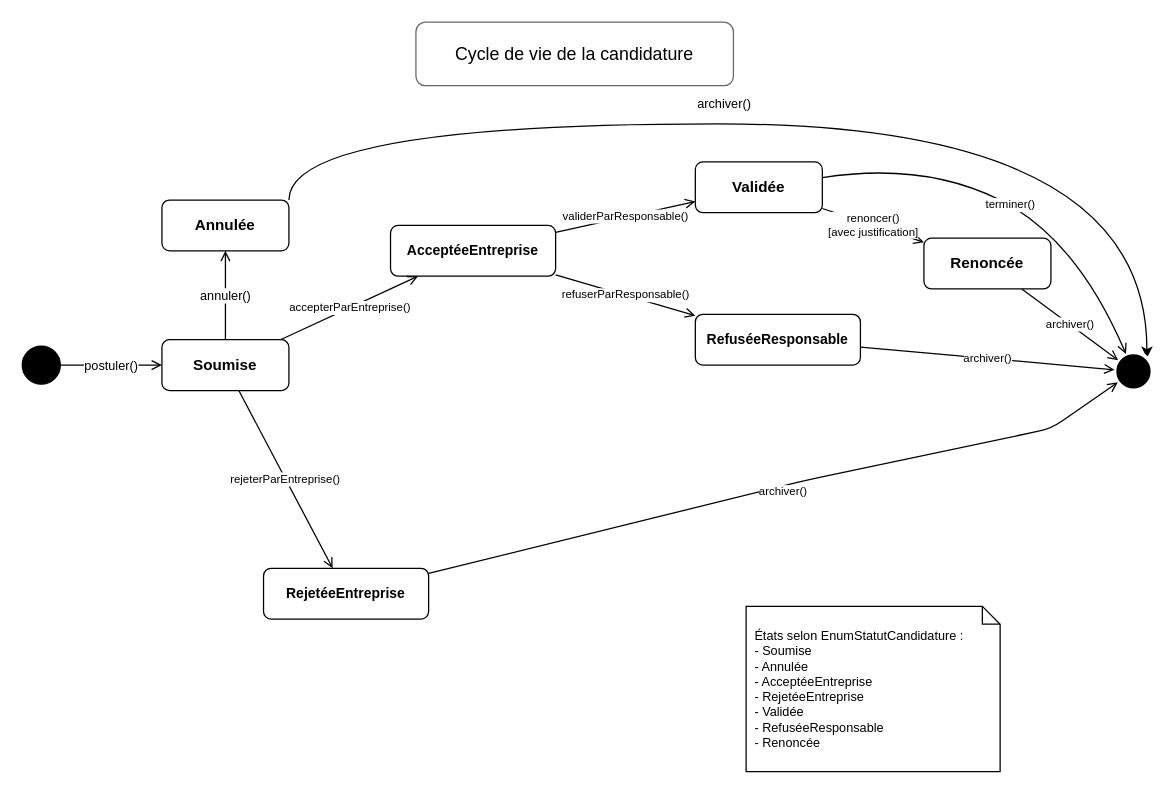
This is diagramme_etats_candidature.drawio from abdellahi54/CSI-M1, a draw.io file, before an edit. Source tidied: cells renumbered, new cells numbered last; positions are measured from the earlier drawing's top-left corner, leaving out a move shared by most shapes. Both pictures are drawn from the tidied source at 127%, with x=0, y=0 at pixel (22, 22).
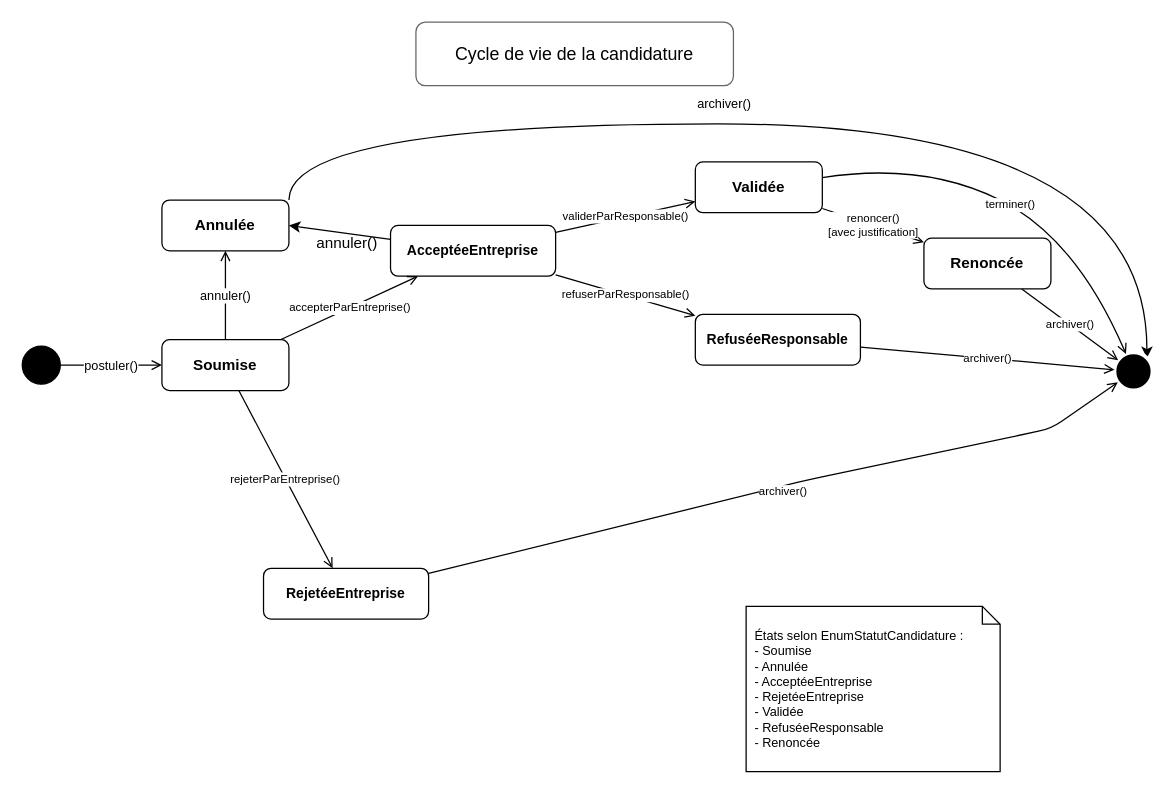
The same page after the edit.

Unchanged cells that the change refers to:
```xml
<mxCell id="7" value="Annulée" style="rounded=1;whiteSpace=wrap;html=1;fontSize=12;fontStyle=1;" parent="1" vertex="1">
  <mxGeometry x="110" y="140" width="100" height="40" as="geometry" />
</mxCell>
<mxCell id="9" value="AcceptéeEntreprise" style="rounded=1;whiteSpace=wrap;html=1;fontSize=11;fontStyle=1;" parent="1" vertex="1">
  <mxGeometry x="290" y="160" width="130" height="40" as="geometry" />
</mxCell>
```

Diff of the diagram source:
```diff
@@
+    <mxCell id="26" style="rounded=0;jettySize=auto;html=1;entryX=1;entryY=0.5;entryDx=0;entryDy=0;" parent="1" edge="1" source="9" target="7">
+      <mxGeometry relative="1" as="geometry" />
+    </mxCell>
@@
+    <mxCell id="27" value="annuler()" style="text;whiteSpace=wrap;html=1;" parent="1" vertex="1">
+      <mxGeometry x="230" y="160" width="80" height="40" as="geometry" />
+    </mxCell>
```
